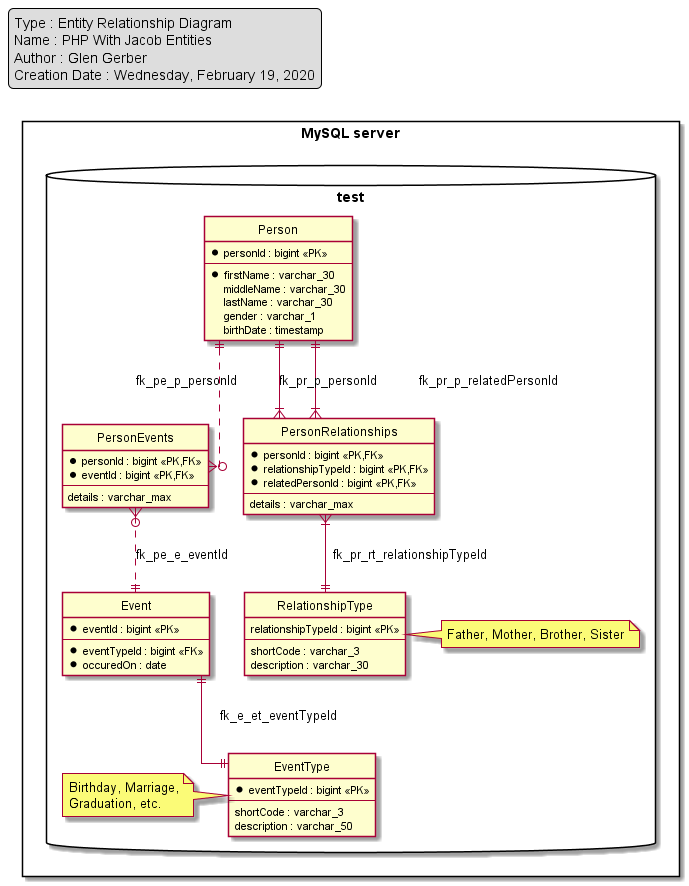
gerbil1008/php-with-jacob keeps this PlantUML diagram as docs/img/application.erd.png. Above is the earlier version.
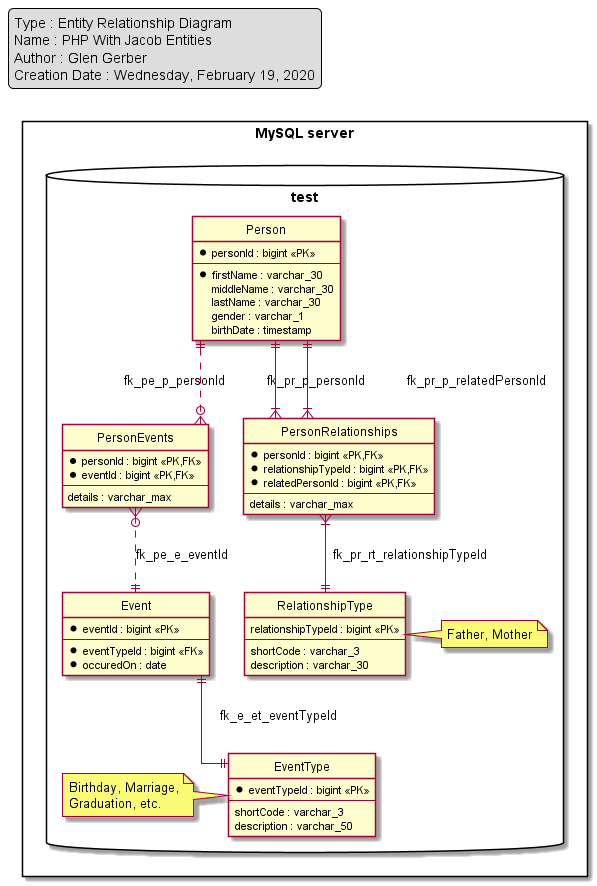
Later version of the same file.

What changed in the source:
```diff
@@ -60,7 +60,7 @@
 		description : varchar_30
 	}
 	note right of RelationshipType
-	  Father, Mother, Brother, Sister
+	  Father, Mother
 	end note
 }
 }
```
